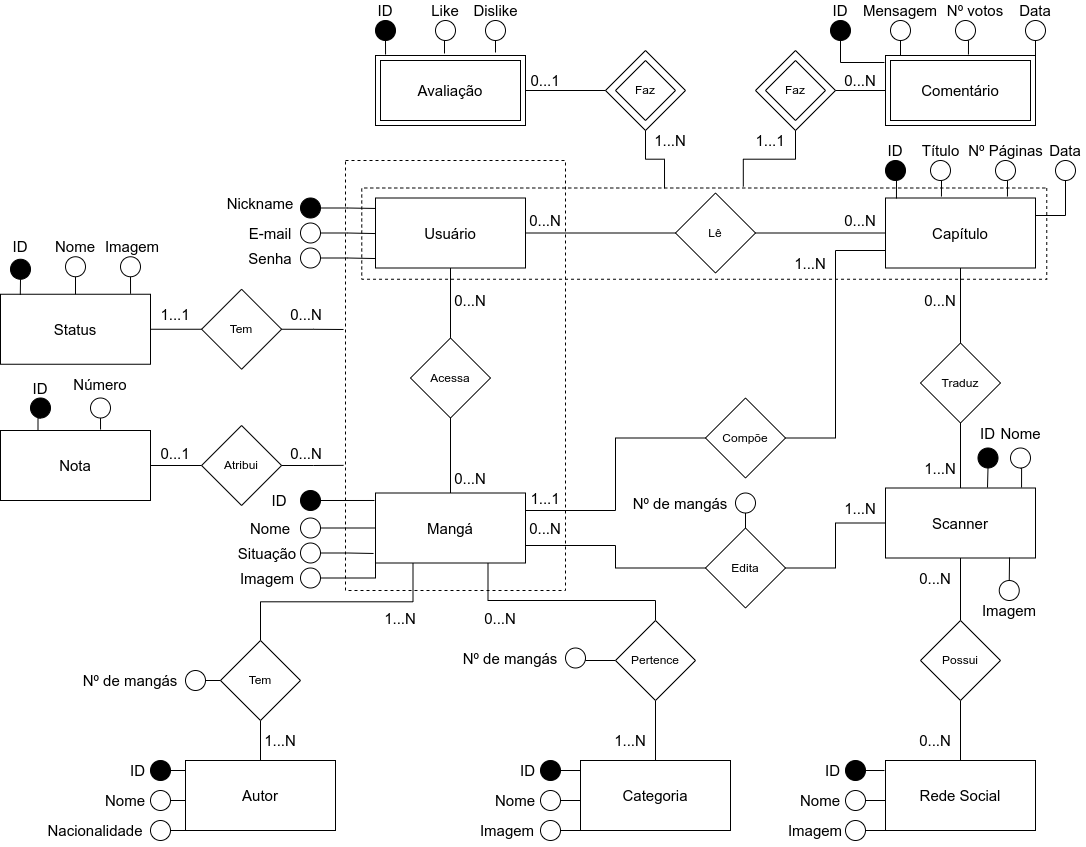
RenanGAS/Database-1 keeps this draw.io diagram as Task/ER Model/SiteMangas.drawio.png. Above is the earlier version. Source tidied: cells renumbered, new cells last; positions are measured from the earlier drawing's top-left corner, leaving out a move shared by most shapes.
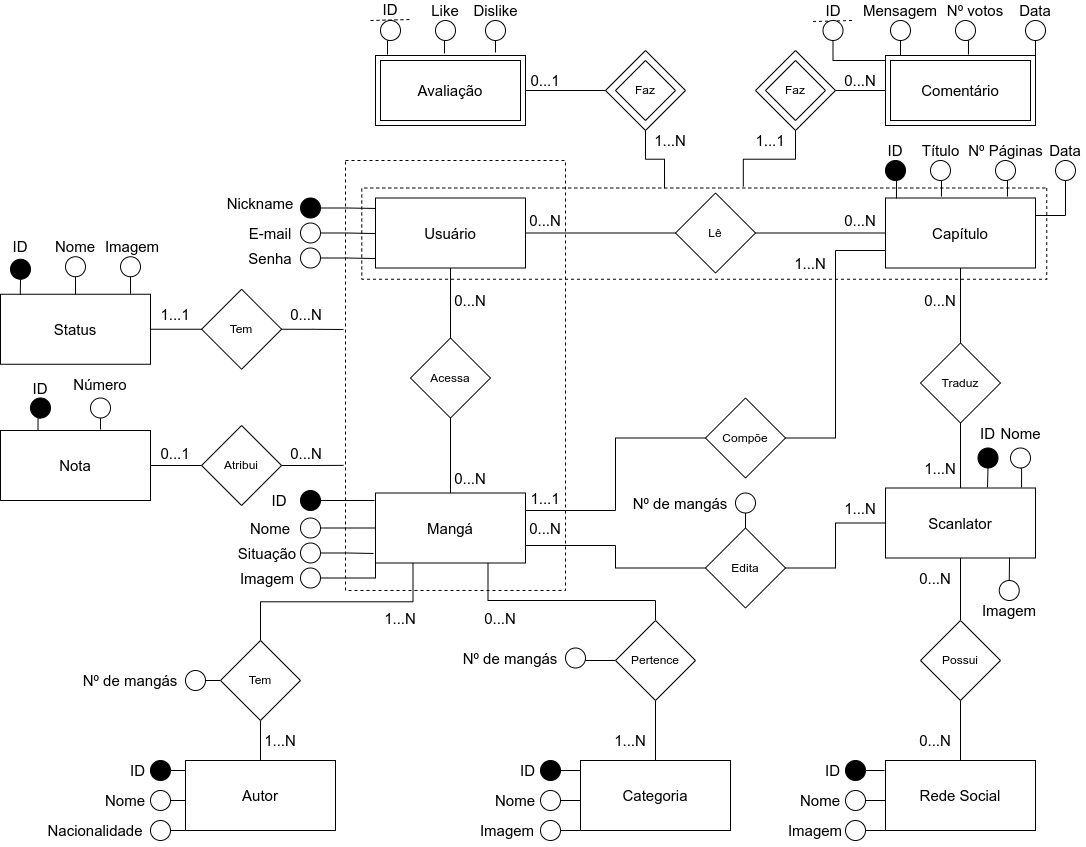
Later version of the same file.

The edit, as a diff of the source:
```diff
@@ -29,7 +29,7 @@
     <mxCell id="10" style="edgeStyle=orthogonalEdgeStyle;rounded=0;jettySize=auto;html=1;exitX=0.5;exitY=1;exitDx=0;exitDy=0;entryX=0.5;entryY=0;entryDx=0;entryDy=0;endArrow=none;endFill=0;" parent="1" edge="1" source="11" target="35">
       <mxGeometry relative="1" as="geometry" />
     </mxCell>
-    <mxCell id="11" value="&lt;font style=&quot;font-size: 15px;&quot;&gt;Scanner&lt;/font&gt;" style="rounded=0;whiteSpace=wrap;html=1;" parent="1" vertex="1">
+    <mxCell id="11" value="&lt;font style=&quot;font-size: 15px;&quot;&gt;Scanlator&lt;/font&gt;" style="rounded=0;whiteSpace=wrap;html=1;" parent="1" vertex="1">
       <mxGeometry x="885" y="596.5" width="150" height="70" as="geometry" />
     </mxCell>
     <mxCell id="12" style="edgeStyle=orthogonalEdgeStyle;rounded=0;jettySize=auto;html=1;exitX=0.5;exitY=1;exitDx=0;exitDy=0;entryX=0.5;entryY=0;entryDx=0;entryDy=0;endArrow=none;endFill=0;" parent="1" edge="1" source="14" target="26">
@@ -205,12 +205,6 @@
     <mxCell id="67" value="&lt;font style=&quot;font-size: 15px;&quot;&gt;0...N&lt;/font&gt;" style="text;html=1;strokeColor=none;fillColor=none;align=center;verticalAlign=middle;whiteSpace=wrap;rounded=0;" parent="1" vertex="1">
       <mxGeometry x="291.1" y="412.8" width="30" height="20" as="geometry" />
     </mxCell>
-    <mxCell id="68" style="edgeStyle=orthogonalEdgeStyle;rounded=0;jettySize=auto;html=1;exitX=0.5;exitY=1;exitDx=0;exitDy=0;entryX=0.067;entryY=-0.014;entryDx=0;entryDy=0;entryPerimeter=0;fontSize=15;endArrow=none;endFill=0;" parent="1" edge="1" source="69" target="37">
-      <mxGeometry relative="1" as="geometry" />
-    </mxCell>
-    <mxCell id="69" style="ellipse;whiteSpace=wrap;html=1;fontSize=15;fillColor=#000000;" parent="1" vertex="1">
-      <mxGeometry x="375" y="129" width="20" height="20" as="geometry" />
-    </mxCell>
     <mxCell id="70" style="rounded=0;whiteSpace=wrap;html=1;gradientColor=none;fillColor=none;" parent="1" vertex="1">
       <mxGeometry x="380" y="169" width="140" height="60" as="geometry" />
     </mxCell>
@@ -224,7 +218,7 @@
       <mxGeometry x="765" y="169" width="60" height="60" as="geometry" />
     </mxCell>
     <mxCell id="74" value="ID" style="text;html=1;strokeColor=none;fillColor=none;align=center;verticalAlign=middle;whiteSpace=wrap;rounded=0;fontSize=15;" parent="1" vertex="1">
-      <mxGeometry x="370" y="109" width="30" height="20" as="geometry" />
+      <mxGeometry x="375" y="111" width="30" height="14" as="geometry" />
     </mxCell>
     <mxCell id="75" style="edgeStyle=orthogonalEdgeStyle;rounded=0;jettySize=auto;html=1;exitX=0.5;exitY=1;exitDx=0;exitDy=0;entryX=0.46;entryY=-0.029;entryDx=0;entryDy=0;entryPerimeter=0;fontSize=15;endArrow=none;endFill=0;" parent="1" edge="1" source="76" target="37">
       <mxGeometry relative="1" as="geometry" />
@@ -235,14 +229,8 @@
     <mxCell id="77" value="Like" style="text;html=1;strokeColor=none;fillColor=none;align=center;verticalAlign=middle;whiteSpace=wrap;rounded=0;fontSize=15;" parent="1" vertex="1">
       <mxGeometry x="430" y="109" width="30" height="20" as="geometry" />
     </mxCell>
-    <mxCell id="78" style="edgeStyle=orthogonalEdgeStyle;rounded=0;jettySize=auto;html=1;exitX=0.5;exitY=1;exitDx=0;exitDy=0;entryX=-0.007;entryY=0.1;entryDx=0;entryDy=0;entryPerimeter=0;fontSize=15;endArrow=none;endFill=0;" parent="1" edge="1" source="79" target="40">
-      <mxGeometry relative="1" as="geometry" />
-    </mxCell>
-    <mxCell id="79" style="ellipse;whiteSpace=wrap;html=1;fontSize=15;fillColor=#000000;" parent="1" vertex="1">
-      <mxGeometry x="830" y="129" width="20" height="20" as="geometry" />
-    </mxCell>
     <mxCell id="80" value="ID" style="text;html=1;strokeColor=none;fillColor=none;align=center;verticalAlign=middle;whiteSpace=wrap;rounded=0;fontSize=15;" parent="1" vertex="1">
-      <mxGeometry x="825" y="109" width="30" height="20" as="geometry" />
+      <mxGeometry x="817.5" y="109" width="30" height="20" as="geometry" />
     </mxCell>
     <mxCell id="81" style="edgeStyle=orthogonalEdgeStyle;rounded=0;jettySize=auto;html=1;exitX=0.5;exitY=1;exitDx=0;exitDy=0;entryX=0.1;entryY=0;entryDx=0;entryDy=0;entryPerimeter=0;fontSize=15;endArrow=none;endFill=0;" parent="1" edge="1" source="82" target="40">
       <mxGeometry relative="1" as="geometry" />
@@ -593,5 +581,34 @@
     <mxCell id="193" value="&lt;font style=&quot;font-size: 15px;&quot;&gt;0...N&lt;/font&gt;" style="text;html=1;strokeColor=none;fillColor=none;align=center;verticalAlign=middle;whiteSpace=wrap;rounded=0;" parent="1" vertex="1">
       <mxGeometry x="291.1" y="551.5" width="30" height="20" as="geometry" />
     </mxCell>
+    <mxCell id="194" style="endArrow=none;html=1;rounded=0;dashed=1;" parent="1" edge="1">
+      <mxGeometry relative="1" as="geometry">
+        <mxPoint x="370" y="129" as="sourcePoint" />
+        <mxPoint x="410" y="128" as="targetPoint" />
+      </mxGeometry>
+    </mxCell>
+    <mxCell id="195" style="endArrow=none;html=1;rounded=0;dashed=1;" parent="1" edge="1">
+      <mxGeometry relative="1" as="geometry">
+        <mxPoint x="812.5" y="130" as="sourcePoint" />
+        <mxPoint x="852.5" y="129" as="targetPoint" />
+      </mxGeometry>
+    </mxCell>
+    <mxCell id="196" style="edgeStyle=orthogonalEdgeStyle;rounded=0;jettySize=auto;html=1;exitX=0.5;exitY=1;exitDx=0;exitDy=0;entryX=0.08;entryY=-0.014;entryDx=0;entryDy=0;entryPerimeter=0;endArrow=none;endFill=0;" parent="1" edge="1" source="197" target="37">
+      <mxGeometry relative="1" as="geometry" />
+    </mxCell>
+    <mxCell id="197" style="ellipse;whiteSpace=wrap;html=1;fontSize=15;fillColor=#FFFFFF;" parent="1" vertex="1">
+      <mxGeometry x="380" y="129" width="20" height="20" as="geometry" />
+    </mxCell>
+    <mxCell id="198" style="edgeStyle=orthogonalEdgeStyle;rounded=0;jettySize=auto;html=1;exitX=0.5;exitY=1;exitDx=0;exitDy=0;entryX=0;entryY=0.25;entryDx=0;entryDy=0;endArrow=none;endFill=0;" parent="1" edge="1" source="199" target="40">
+      <mxGeometry relative="1" as="geometry">
+        <Array as="points">
+          <mxPoint x="833" y="169" />
+          <mxPoint x="885" y="169" />
+        </Array>
+      </mxGeometry>
+    </mxCell>
+    <mxCell id="199" style="ellipse;whiteSpace=wrap;html=1;fontSize=15;fillColor=#FFFFFF;" parent="1" vertex="1">
+      <mxGeometry x="822.5" y="129" width="20" height="20" as="geometry" />
+    </mxCell>
   </root>
 </mxGraphModel>
```
